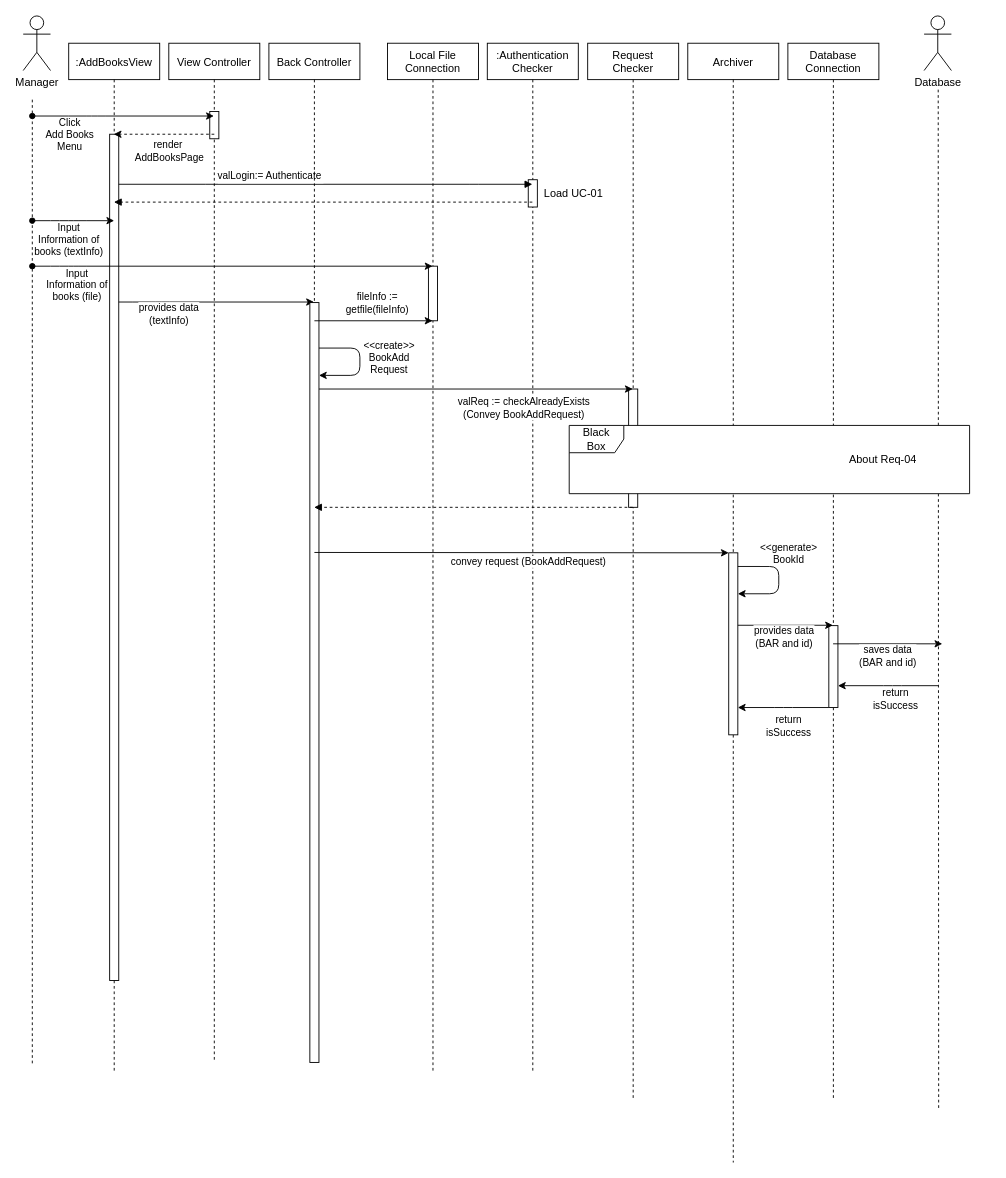
This is docs/SequenceDiagram/SD-UC-03.drawio from youngkwon02/Enhanced-library-management, a draw.io file, before an edit. Source tidied: cells renumbered, new cells numbered last; positions are measured from the earlier drawing's top-left corner, leaving out a move shared by most shapes. Both pictures are drawn from the tidied source at 91%, with x=0, y=0 at pixel (23, 15).
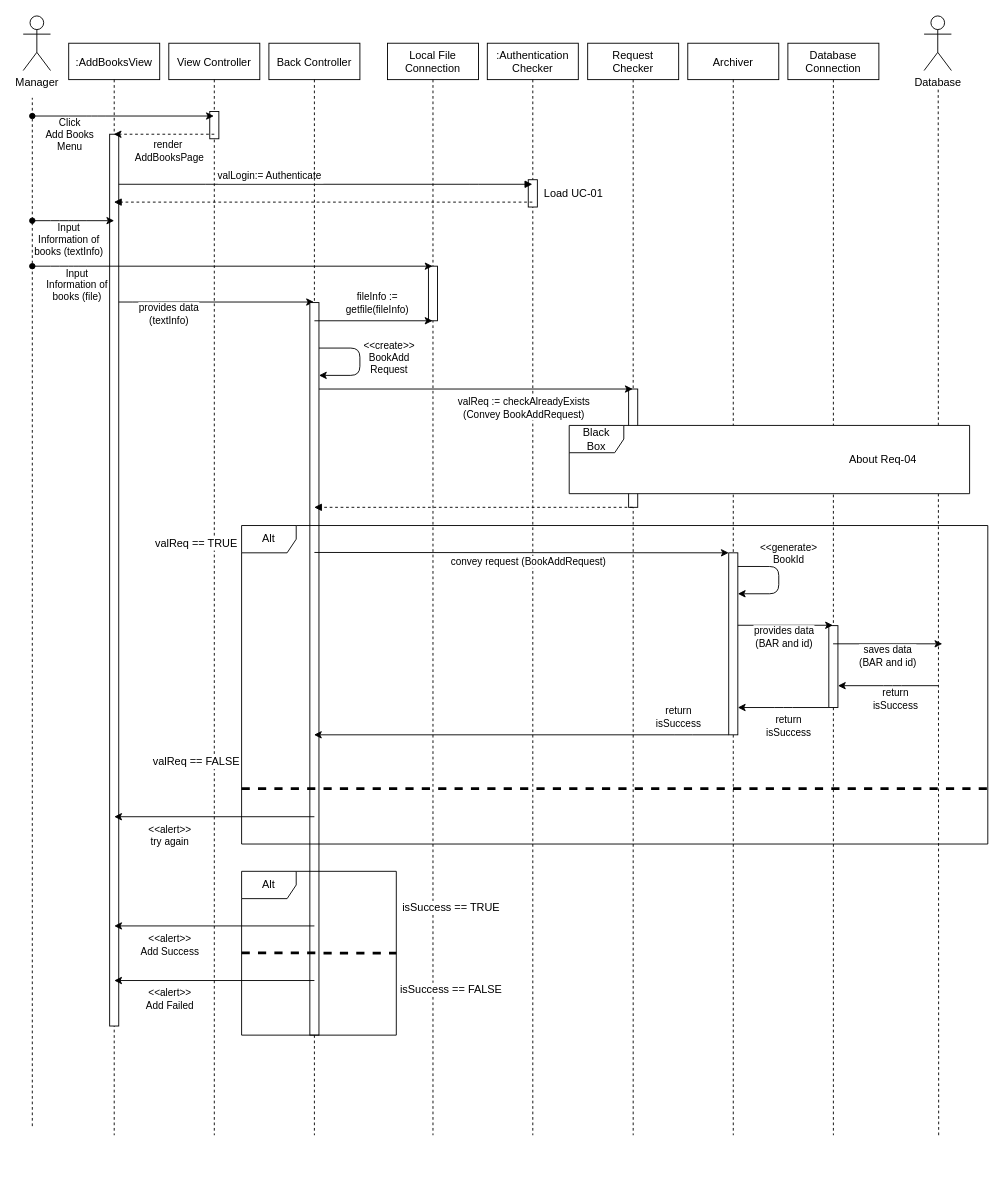
The same page after the edit.

Change to the diagram source:
```diff
@@
     <mxCell id="4" value=":Authentication&#10;Checker" style="shape=umlLifeline;perimeter=lifelinePerimeter;rounded=0;shadow=0;strokeWidth=1;" parent="1" vertex="1">
-      <mxGeometry x="510" y="30" width="100" height="1130" as="geometry" />
+      <mxGeometry x="510" y="30" width="100" height="1200" as="geometry" />
     </mxCell>
@@
     <mxCell id="6" value=":AddBooksView" style="shape=umlLifeline;perimeter=lifelinePerimeter;rounded=0;shadow=0;strokeWidth=1;" parent="1" vertex="1">
-      <mxGeometry x="50" y="30" width="100" height="1130" as="geometry" />
+      <mxGeometry x="50" y="30" width="100" height="1200" as="geometry" />
     </mxCell>
     <mxCell id="7" style="perimeter=orthogonalPerimeter;rounded=0;shadow=0;strokeWidth=1;" parent="6" vertex="1">
-      <mxGeometry x="45" y="100" width="10" height="930" as="geometry" />
+      <mxGeometry x="45" y="100" width="10" height="980" as="geometry" />
     </mxCell>
     <mxCell id="8" value="View Controller" style="shape=umlLifeline;perimeter=lifelinePerimeter;rounded=0;shadow=0;strokeWidth=1;" parent="1" vertex="1">
-      <mxGeometry x="160" y="30" width="100" height="1120" as="geometry" />
+      <mxGeometry x="160" y="30" width="100" height="1200" as="geometry" />
     </mxCell>
@@
     <mxCell id="12" value="Back Controller" style="shape=umlLifeline;perimeter=lifelinePerimeter;rounded=0;shadow=0;strokeWidth=1;" parent="1" vertex="1">
-      <mxGeometry x="270" y="30" width="100" height="1120" as="geometry" />
+      <mxGeometry x="270" y="30" width="100" height="1200" as="geometry" />
     </mxCell>
     <mxCell id="13" style="perimeter=orthogonalPerimeter;rounded=0;shadow=0;strokeWidth=1;" parent="12" vertex="1">
-      <mxGeometry x="45" y="285" width="10" height="835" as="geometry" />
+      <mxGeometry x="45" y="285" width="10" height="805" as="geometry" />
     </mxCell>
     <mxCell id="14" value="Local File&#10;Connection" style="shape=umlLifeline;perimeter=lifelinePerimeter;rounded=0;shadow=0;strokeWidth=1;" parent="1" vertex="1">
-      <mxGeometry x="400.3" y="30" width="100" height="1130" as="geometry" />
+      <mxGeometry x="400.3" y="30" width="100" height="1200" as="geometry" />
     </mxCell>
@@
     <mxCell id="16" value="Request&#10;Checker" style="shape=umlLifeline;perimeter=lifelinePerimeter;rounded=0;shadow=0;strokeWidth=1;" parent="1" vertex="1">
-      <mxGeometry x="620.3" y="30" width="100" height="1160" as="geometry" />
+      <mxGeometry x="620.3" y="30" width="100" height="1200" as="geometry" />
     </mxCell>
@@
     <mxCell id="18" value="Archiver" style="shape=umlLifeline;perimeter=lifelinePerimeter;rounded=0;shadow=0;strokeWidth=1;" parent="1" vertex="1">
-      <mxGeometry x="730.3" y="30" width="100" height="1230" as="geometry" />
+      <mxGeometry x="730.3" y="30" width="100" height="1200" as="geometry" />
     </mxCell>
@@
     <mxCell id="20" value="Database&#10;Connection" style="shape=umlLifeline;perimeter=lifelinePerimeter;rounded=0;shadow=0;strokeWidth=1;" parent="1" vertex="1">
-      <mxGeometry x="840.3" y="30" width="100" height="1160" as="geometry" />
+      <mxGeometry x="840.3" y="30" width="100" height="1200" as="geometry" />
     </mxCell>
@@
     <mxCell id="27" style="endArrow=none;dashed=1;html=1;" parent="1" edge="1">
       <mxGeometry relative="1" as="geometry">
-        <mxPoint x="10" y="1151" as="sourcePoint" />
+        <mxPoint x="10" y="1220" as="sourcePoint" />
         <mxPoint x="10" y="90" as="targetPoint" />
       </mxGeometry>
     </mxCell>
@@
     <mxCell id="37" style="endArrow=none;dashed=1;html=1;" parent="1" edge="1">
       <mxGeometry relative="1" as="geometry">
-        <mxPoint x="1006" y="1200" as="sourcePoint" />
+        <mxPoint x="1006" y="1230" as="sourcePoint" />
         <mxPoint x="1005.5" y="80" as="targetPoint" />
       </mxGeometry>
     </mxCell>
@@
+    <mxCell id="56" style="endArrow=classic;html=1;" parent="1" edge="1" target="12">
+      <mxGeometry relative="1" as="geometry">
+        <mxPoint x="775.3" y="790" as="sourcePoint" />
+        <Array as="points">
+          <mxPoint x="725.3" y="790" />
+        </Array>
+      </mxGeometry>
+    </mxCell>
+    <mxCell id="57" value="return&lt;br&gt;isSuccess" style="edgeLabel;html=1;align=center;verticalAlign=middle;" parent="56" vertex="1">
+      <mxGeometry x="-0.36" y="-3" relative="1" as="geometry">
+        <mxPoint x="90" y="-17" as="offset" />
+      </mxGeometry>
+    </mxCell>
+    <mxCell id="58" value="Alt" style="shape=umlFrame;whiteSpace=wrap;html=1;fillColor=#FFFFFF;gradientColor=none;" parent="1" vertex="1">
+      <mxGeometry x="240" y="560" width="820" height="350" as="geometry" />
+    </mxCell>
+    <mxCell id="59" value="valReq == TRUE" style="text;html=1;strokeColor=none;fillColor=none;align=center;verticalAlign=middle;rounded=0;labelBackgroundColor=#ffffff;" parent="1" vertex="1">
+      <mxGeometry x="120" y="550" width="140" height="60" as="geometry" />
+    </mxCell>
+    <mxCell id="60" value="valReq == FALSE" style="text;html=1;strokeColor=none;fillColor=none;align=center;verticalAlign=middle;rounded=0;labelBackgroundColor=#ffffff;" parent="1" vertex="1">
+      <mxGeometry x="120" y="790" width="140" height="60" as="geometry" />
+    </mxCell>
+    <mxCell id="61" style="endArrow=classic;html=1;strokeWidth=1;" parent="1" edge="1">
+      <mxGeometry relative="1" as="geometry">
+        <mxPoint x="320" y="880" as="sourcePoint" />
+        <mxPoint x="100" y="880" as="targetPoint" />
+      </mxGeometry>
+    </mxCell>
+    <mxCell id="62" value="&amp;lt;&amp;lt;alert&amp;gt;&amp;gt;&lt;br&gt;try again" style="edgeLabel;html=1;align=center;verticalAlign=middle;" parent="61" vertex="1">
+      <mxGeometry x="0.16" y="4" relative="1" as="geometry">
+        <mxPoint x="-32" y="16" as="offset" />
+      </mxGeometry>
+    </mxCell>
+    <mxCell id="63" style="endArrow=none;dashed=1;html=1;strokeWidth=3;entryX=1;entryY=0.857;entryDx=0;entryDy=0;entryPerimeter=0;" parent="1" edge="1">
+      <mxGeometry relative="1" as="geometry">
+        <mxPoint x="240" y="849" as="sourcePoint" />
+        <mxPoint x="1060" y="849" as="targetPoint" />
+      </mxGeometry>
+    </mxCell>
+    <mxCell id="64" style="endArrow=classic;html=1;strokeWidth=1;" parent="1" edge="1">
+      <mxGeometry relative="1" as="geometry">
+        <mxPoint x="320" y="1000" as="sourcePoint" />
+        <mxPoint x="100" y="1000" as="targetPoint" />
+      </mxGeometry>
+    </mxCell>
+    <mxCell id="65" value="&amp;lt;&amp;lt;alert&amp;gt;&amp;gt;&lt;br&gt;Add Success" style="edgeLabel;html=1;align=center;verticalAlign=middle;" parent="64" vertex="1">
+      <mxGeometry x="0.16" y="4" relative="1" as="geometry">
+        <mxPoint x="-32" y="16" as="offset" />
+      </mxGeometry>
+    </mxCell>
+    <mxCell id="66" value="Alt" style="shape=umlFrame;whiteSpace=wrap;html=1;labelBackgroundColor=#ffffff;fillColor=#FFFFFF;gradientColor=none;" parent="1" vertex="1">
+      <mxGeometry x="240" y="940" width="170" height="180" as="geometry" />
+    </mxCell>
+    <mxCell id="67" style="endArrow=classic;html=1;strokeWidth=1;" parent="1" edge="1">
+      <mxGeometry relative="1" as="geometry">
+        <mxPoint x="320" y="1060" as="sourcePoint" />
+        <mxPoint x="100" y="1060" as="targetPoint" />
+      </mxGeometry>
+    </mxCell>
+    <mxCell id="68" value="&amp;lt;&amp;lt;alert&amp;gt;&amp;gt;&lt;br&gt;Add Failed" style="edgeLabel;html=1;align=center;verticalAlign=middle;" parent="67" vertex="1">
+      <mxGeometry x="0.16" y="4" relative="1" as="geometry">
+        <mxPoint x="-32" y="16" as="offset" />
+      </mxGeometry>
+    </mxCell>
+    <mxCell id="69" style="endArrow=none;dashed=1;html=1;strokeWidth=3;" parent="1" edge="1">
+      <mxGeometry relative="1" as="geometry">
+        <mxPoint x="240" y="1029.5" as="sourcePoint" />
+        <mxPoint x="410" y="1030" as="targetPoint" />
+      </mxGeometry>
+    </mxCell>
+    <mxCell id="70" value="isSuccess == TRUE" style="text;html=1;strokeColor=none;fillColor=none;align=center;verticalAlign=middle;rounded=0;labelBackgroundColor=#ffffff;" parent="1" vertex="1">
+      <mxGeometry x="400.3" y="950" width="140" height="60" as="geometry" />
+    </mxCell>
+    <mxCell id="71" value="isSuccess == FALSE" style="text;html=1;strokeColor=none;fillColor=none;align=center;verticalAlign=middle;rounded=0;labelBackgroundColor=#ffffff;" parent="1" vertex="1">
+      <mxGeometry x="400.3" y="1040" width="140" height="60" as="geometry" />
+    </mxCell>
```
